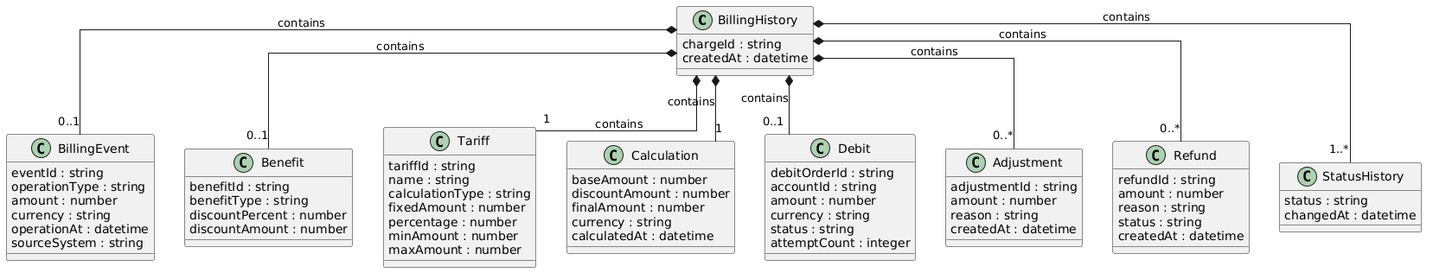
Earlier version of the PlantUML export bbs_mongodb_class_diagram.png (yusupchonok/banking-billing-system). Source of this version:
```plantuml
@startuml
skinparam classAttributeIconSize 0
skinparam shadowing false
skinparam defaultFontName Arial
skinparam linetype ortho

class BillingHistory {
  chargeId : string
  createdAt : datetime
}

class BillingEvent {
  eventId : string
  operationType : string
  amount : number
  currency : string
  operationAt : datetime
  sourceSystem : string
}

class Benefit {
  benefitId : string
  benefitType : string
  discountPercent : number
  discountAmount : number
}

class Tariff {
  tariffId : string
  name : string
  calculationType : string
  fixedAmount : number
  percentage : number
  minAmount : number
  maxAmount : number
}

class Calculation {
  baseAmount : number
  discountAmount : number
  finalAmount : number
  currency : string
  calculatedAt : datetime
}

class Debit {
  debitOrderId : string
  accountId : string
  amount : number
  currency : string
  status : string
  attemptCount : integer
}

class Adjustment {
  adjustmentId : string
  amount : number
  reason : string
  createdAt : datetime
}

class Refund {
  refundId : string
  amount : number
  reason : string
  status : string
  createdAt : datetime
}

class StatusHistory {
  status : string
  changedAt : datetime
}

BillingHistory *-- "0..1" BillingEvent : contains
BillingHistory *-- "1" Tariff : contains
BillingHistory *-- "0..1" Benefit : contains
BillingHistory *-- "1" Calculation : contains
BillingHistory *-- "0..1" Debit : contains
BillingHistory *-- "0..*" Adjustment : contains
BillingHistory *-- "0..*" Refund : contains
BillingHistory *-- "1..*" StatusHistory : contains
@enduml
```
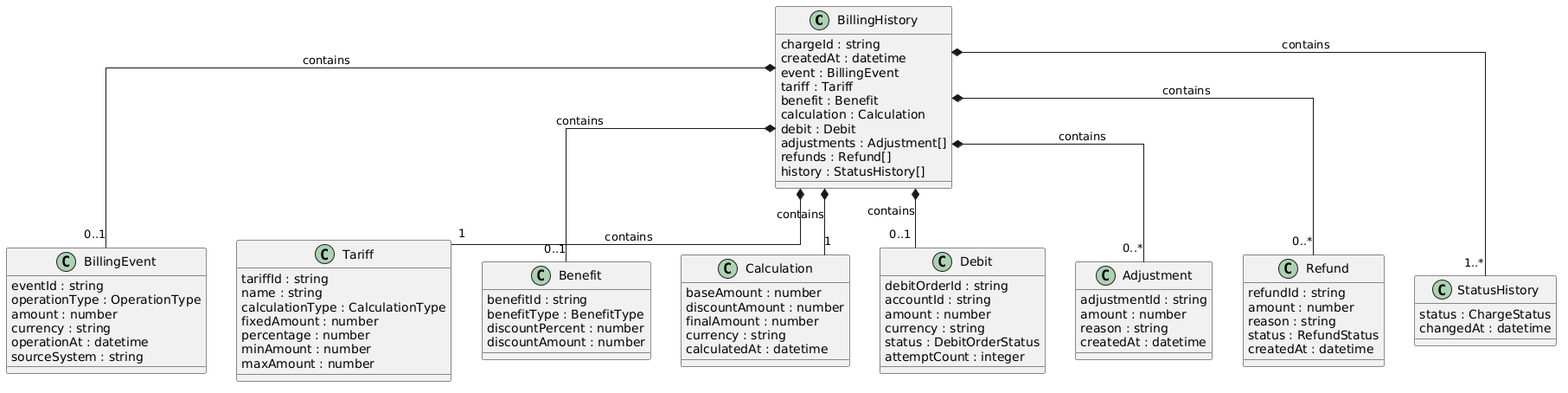
Above is the later version.

Diff of the diagram source:
```diff
@@ -7,32 +7,40 @@
 class BillingHistory {
   chargeId : string
   createdAt : datetime
+  event : BillingEvent
+  tariff : Tariff
+  benefit : Benefit
+  calculation : Calculation
+  debit : Debit
+  adjustments : Adjustment[]
+  refunds : Refund[]
+  history : StatusHistory[]
 }
 
 class BillingEvent {
   eventId : string
-  operationType : string
+  operationType : OperationType
   amount : number
   currency : string
   operationAt : datetime
   sourceSystem : string
 }
 
-class Benefit {
-  benefitId : string
-  benefitType : string
-  discountPercent : number
-  discountAmount : number
-}
-
 class Tariff {
   tariffId : string
   name : string
-  calculationType : string
+  calculationType : CalculationType
   fixedAmount : number
   percentage : number
   minAmount : number
   maxAmount : number
+}
+
+class Benefit {
+  benefitId : string
+  benefitType : BenefitType
+  discountPercent : number
+  discountAmount : number
 }
 
 class Calculation {
@@ -48,7 +56,7 @@
   accountId : string
   amount : number
   currency : string
-  status : string
+  status : DebitOrderStatus
   attemptCount : integer
 }
 
@@ -63,12 +71,12 @@
   refundId : string
   amount : number
   reason : string
-  status : string
+  status : RefundStatus
   createdAt : datetime
 }
 
 class StatusHistory {
-  status : string
+  status : ChargeStatus
   changedAt : datetime
 }
 
```
